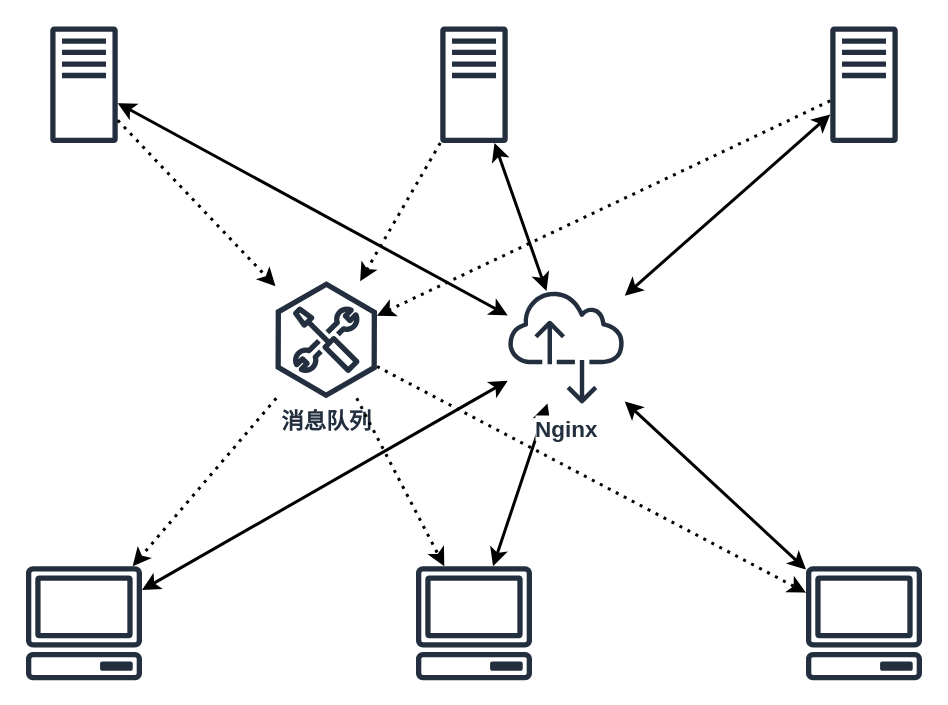
Earlier version of the draw.io diagram 一种基于分布式系统的消息推送方法.drawio (Eurkon/Diagrams). Source tidied: cells renumbered, new cells numbered last; positions are measured from the earlier drawing's top-left corner, leaving out a move shared by most shapes. Both pictures are drawn from the tidied source at 150%, with x=0, y=0 at pixel (26, 26).
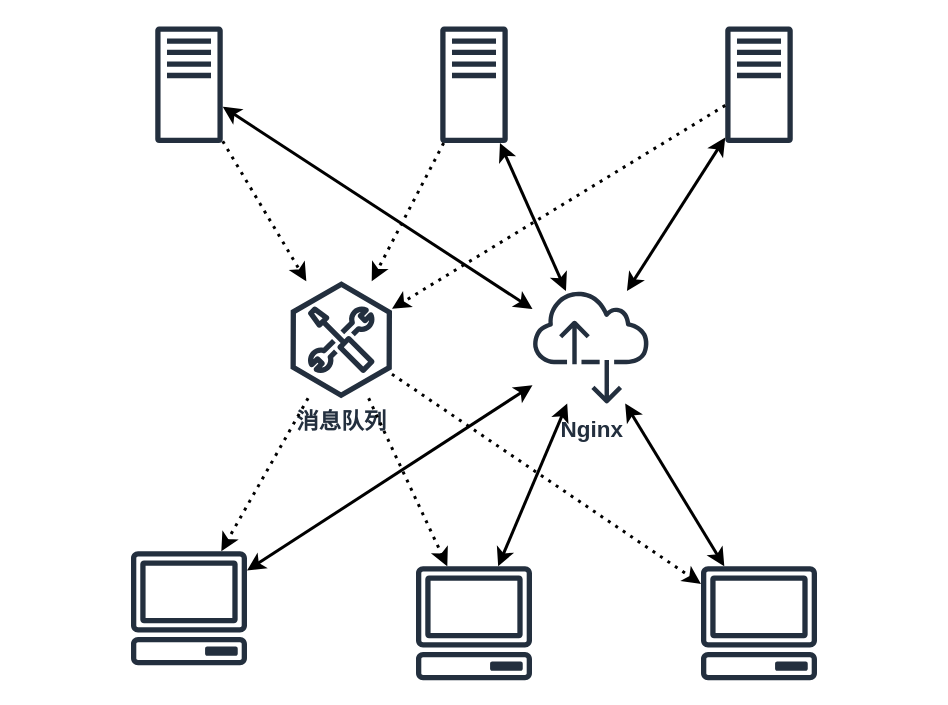
The same diagram, later.

Commit message (it also covers changes not shown here):
更新一种基于分布式系统的消息推送方法.drawio

The edit, as a diff of the source:
```diff
@@
     <mxCell id="2" style="outlineConnect=0;fontColor=#232F3E;gradientColor=none;fillColor=#232F3E;strokeColor=none;dashed=0;verticalLabelPosition=bottom;verticalAlign=top;align=center;html=1;fontSize=12;fontStyle=0;shape=mxgraph.aws4.traditional_server;" parent="1" vertex="1">
-      <mxGeometry x="16" width="45" height="78" as="geometry" />
+      <mxGeometry x="86" width="45" height="78" as="geometry" />
     </mxCell>
@@
     <mxCell id="4" style="outlineConnect=0;fontColor=#232F3E;gradientColor=none;fillColor=#232F3E;strokeColor=none;dashed=0;verticalLabelPosition=bottom;verticalAlign=top;align=center;html=1;fontSize=12;fontStyle=0;shape=mxgraph.aws4.traditional_server;" parent="1" vertex="1">
-      <mxGeometry x="536" width="45" height="78" as="geometry" />
+      <mxGeometry x="466" width="45" height="78" as="geometry" />
     </mxCell>
     <mxCell id="5" style="outlineConnect=0;fontColor=#232F3E;gradientColor=none;fillColor=#232F3E;strokeColor=none;dashed=0;verticalLabelPosition=bottom;verticalAlign=top;align=center;html=1;fontSize=12;fontStyle=0;shape=mxgraph.aws4.client;" parent="1" vertex="1">
-      <mxGeometry x="-0.5" y="360" width="78" height="76" as="geometry" />
+      <mxGeometry x="69.5" y="350" width="78" height="76" as="geometry" />
     </mxCell>
@@
     <mxCell id="7" style="outlineConnect=0;fontColor=#232F3E;gradientColor=none;fillColor=#232F3E;strokeColor=none;dashed=0;verticalLabelPosition=bottom;verticalAlign=top;align=center;html=1;fontSize=12;fontStyle=0;shape=mxgraph.aws4.client;" parent="1" vertex="1">
-      <mxGeometry x="519.5" y="360" width="78" height="76" as="geometry" />
+      <mxGeometry x="449.5" y="360" width="78" height="76" as="geometry" />
     </mxCell>
-    <mxCell id="8" value="&lt;font style=&quot;background-color: rgb(255 , 255 , 255) ; font-size: 15px&quot;&gt;&lt;b&gt;消息队列&lt;/b&gt;&lt;/font&gt;" style="outlineConnect=0;fontColor=#232F3E;gradientColor=none;fillColor=#232F3E;strokeColor=none;dashed=0;verticalLabelPosition=bottom;verticalAlign=top;align=center;html=1;fontSize=12;fontStyle=0;shape=mxgraph.aws4.external_toolkit;" parent="1" vertex="1">
-      <mxGeometry x="166" y="170" width="68" height="78" as="geometry" />
+    <mxCell id="8" value="&lt;font style=&quot;font-size: 15px&quot;&gt;&lt;b&gt;消息队列&lt;/b&gt;&lt;/font&gt;" style="outlineConnect=0;fontColor=#232F3E;gradientColor=none;fillColor=#232F3E;strokeColor=none;dashed=0;verticalLabelPosition=bottom;verticalAlign=top;align=center;html=1;fontSize=12;fontStyle=0;shape=mxgraph.aws4.external_toolkit;" parent="1" vertex="1">
+      <mxGeometry x="176" y="170" width="68" height="78" as="geometry" />
     </mxCell>
@@
-    <mxCell id="20" value="&lt;font size=&quot;1&quot;&gt;&lt;b style=&quot;background-color: rgb(255 , 255 , 255) ; font-size: 15px&quot;&gt;Nginx&lt;/b&gt;&lt;/font&gt;" style="outlineConnect=0;fontColor=#232F3E;gradientColor=none;fillColor=#232F3E;strokeColor=none;dashed=0;verticalLabelPosition=bottom;verticalAlign=top;align=center;html=1;fontSize=12;fontStyle=0;shape=mxgraph.aws4.internet_alt2;" parent="1" vertex="1">
-      <mxGeometry x="321" y="175" width="78" height="78" as="geometry" />
+    <mxCell id="20" value="&lt;font size=&quot;1&quot;&gt;&lt;b style=&quot;font-size: 15px&quot;&gt;Nginx&lt;/b&gt;&lt;/font&gt;" style="outlineConnect=0;fontColor=#232F3E;gradientColor=none;fillColor=#232F3E;strokeColor=none;dashed=0;verticalLabelPosition=bottom;verticalAlign=top;align=center;html=1;fontSize=12;fontStyle=0;shape=mxgraph.aws4.internet_alt2;" parent="1" vertex="1">
+      <mxGeometry x="337.5" y="175" width="78" height="78" as="geometry" />
     </mxCell>
```
